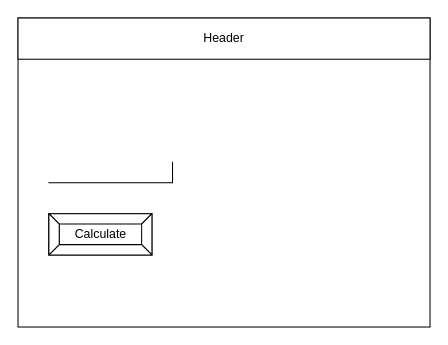
Chloe-Havel/ICS2O-Unit-3-03 keeps this draw.io diagram as design/story-board.drawio. Above is the earlier version. Source tidied: cells renumbered, new cells numbered last; positions are measured from the earlier drawing's top-left corner, leaving out a move shared by most shapes. Both pictures are drawn from the tidied source at 103%, with x=0, y=0 at pixel (18, 18).
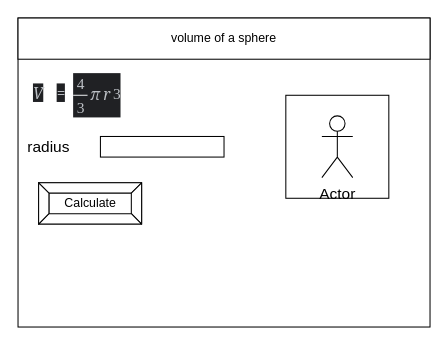
After the change.

The edit, as a diff of the source:
```diff
@@
 <mxGraphModel>
   <root>
     <mxCell id="0" />
     <mxCell id="1" parent="0" />
     <mxCell id="2" style="rounded=0;whiteSpace=wrap;html=1;" parent="1" vertex="1">
       <mxGeometry width="400" height="300" as="geometry" />
     </mxCell>
-    <mxCell id="3" value="Header" style="rounded=0;whiteSpace=wrap;html=1;" parent="1" vertex="1">
+    <mxCell id="3" value="volume of a sphere" style="rounded=0;whiteSpace=wrap;html=1;" parent="1" vertex="1">
       <mxGeometry width="400" height="40" as="geometry" />
     </mxCell>
-    <mxCell id="4" style="shape=partialRectangle;whiteSpace=wrap;html=1;top=0;left=0;fillColor=none;" parent="1" vertex="1">
-      <mxGeometry x="30" y="140" width="120" height="20" as="geometry" />
-    </mxCell>
     <mxCell id="5" value="Calculate" style="labelPosition=center;verticalLabelPosition=middle;align=center;html=1;shape=mxgraph.basic.button;dx=10;" parent="1" vertex="1">
-      <mxGeometry x="30" y="190" width="100" height="40" as="geometry" />
+      <mxGeometry x="20" y="160" width="100" height="40" as="geometry" />
     </mxCell>
+    <mxCell id="6" value="&lt;div class=&quot;lr-fy-eq-elem eiuJYe&quot; style=&quot;display: inline-block ; position: relative ; transition: all 0.05s ease-in-out 0s ; margin-left: 5px ; vertical-align: middle ; margin-top: 0px ; margin-bottom: 0px&quot;&gt;&lt;div class=&quot;lr-fy-eq-elem&quot; style=&quot;display: inline-block ; position: relative ; transition: all 0.05s ease-in-out 0s ; font-size: 15px&quot;&gt;&lt;div class=&quot;lr-fy-eq-elem&quot; style=&quot;display: inline-block ; position: relative ; transition: all 0.05s ease-in-out 0s ; text-align: center ; vertical-align: middle ; font-size: 15px&quot;&gt;&lt;div class=&quot;lr-fy-ecv lr-fy-eq-elem&quot; style=&quot;display: inline-block ; position: relative ; transition: all 0.05s ease-in-out 0s ; font-size: 15px&quot;&gt;&lt;div style=&quot;font-size: 15px&quot;&gt;&lt;div class=&quot;lr-fy-ecl lr-fy-eq-elem&quot; style=&quot;display: inline-block ; position: relative ; transition: all 0.05s ease-in-out 0s ; font-style: italic ; color: rgb(189 , 193 , 198) ; font-family: &amp;#34;stixgeneral&amp;#34; , &amp;#34;georgia&amp;#34; ; background-color: rgb(32 , 33 , 36) ; margin-right: 10px ; margin-top: 0px ; margin-bottom: 0px&quot;&gt;V&lt;/div&gt;&lt;div class=&quot;lr-fy-eq-elem lr-fy-eq-add&quot; style=&quot;display: inline-block ; position: relative ; transition: all 0.05s ease-in-out 0s ; color: rgb(189 , 193 , 198) ; font-family: &amp;#34;stixgeneral&amp;#34; , &amp;#34;georgia&amp;#34; ; background-color: rgb(32 , 33 , 36) ; margin-left: 0.2em ; margin-right: 0.2em&quot;&gt;=&lt;/div&gt;&lt;div class=&quot;lr-fy-eq-elem eiuJYe&quot; style=&quot;display: inline-block ; position: relative ; transition: all 0.05s ease-in-out 0s ; color: rgb(189 , 193 , 198) ; font-family: &amp;#34;stixgeneral&amp;#34; , &amp;#34;georgia&amp;#34; ; background-color: rgb(32 , 33 , 36) ; margin-left: 5px ; vertical-align: middle ; margin-top: 0px ; margin-bottom: 0px&quot;&gt;&lt;div class=&quot;lr-fy-eq-elem&quot; style=&quot;display: inline-block ; position: relative ; transition: all 0.05s ease-in-out 0s ; font-size: 15px&quot;&gt;&lt;div class=&quot;lr-fy-eq-elem&quot; style=&quot;display: inline-block ; position: relative ; transition: all 0.05s ease-in-out 0s ; text-align: center ; vertical-align: middle ; font-size: 15px&quot;&gt;&lt;div class=&quot;lr-fy-ecv lr-fy-eq-elem&quot; style=&quot;display: inline-block ; position: relative ; transition: all 0.05s ease-in-out 0s ; font-family: &amp;#34;stixgeneral&amp;#34; , &amp;#34;times&amp;#34; , &amp;#34;times new roman&amp;#34; , serif ; font-size: 15px&quot;&gt;4&lt;/div&gt;&lt;div class=&quot;lr-fy-eq-add&quot; style=&quot;width: 13.4943px ; height: 1px ; background-color: rgb(232 , 234 , 237) ; margin-top: 2px ; margin-bottom: 2px ; font-size: 15px&quot;&gt;&lt;/div&gt;&lt;div class=&quot;lr-fy-ecv lr-fy-eq-elem&quot; style=&quot;display: inline-block ; position: relative ; transition: all 0.05s ease-in-out 0s ; font-family: &amp;#34;stixgeneral&amp;#34; , &amp;#34;times&amp;#34; , &amp;#34;times new roman&amp;#34; , serif ; font-size: 15px&quot;&gt;3&lt;/div&gt;&lt;/div&gt;&lt;div class=&quot;lr-fy-eq-elem lr-fy-eq-add&quot; style=&quot;display: inline-block ; position: relative ; transition: all 0.05s ease-in-out 0s ; margin-left: 0.2em ; font-size: 15px&quot;&gt;&lt;/div&gt;&lt;div class=&quot;lr-fy-ecl lr-fy-eq-elem&quot; style=&quot;display: inline-block ; position: relative ; transition: all 0.05s ease-in-out 0s ; font-style: italic ; font-size: 15px&quot;&gt;π&lt;/div&gt;&lt;/div&gt;&lt;div class=&quot;lr-fy-eq-elem lr-fy-eq-add&quot; style=&quot;display: inline-block ; position: relative ; transition: all 0.05s ease-in-out 0s ; margin-left: 0.2em ; font-size: 15px&quot;&gt;&lt;/div&gt;&lt;div class=&quot;lr-fy-eq-elem&quot; style=&quot;display: inline-block ; position: relative ; transition: all 0.05s ease-in-out 0s ; font-size: 15px&quot;&gt;&lt;div class=&quot;lr-fy-el lr-fy-eq-elem&quot; style=&quot;display: inline-block ; position: relative ; transition: all 0.05s ease-in-out 0s ; margin: -4px ; padding: 4px ; font-style: italic ; cursor: pointer ; font-size: 15px&quot;&gt;r&lt;/div&gt;&lt;div class=&quot;lr-fy-ecv lr-fy-eq-elem&quot; style=&quot;display: inline-block ; position: relative ; transition: all 0.05s ease-in-out 0s ; font-family: &amp;#34;stixgeneral&amp;#34; , &amp;#34;times&amp;#34; , &amp;#34;times new roman&amp;#34; , serif ; margin-left: 0.15em ; vertical-align: top ; font-size: 15px&quot;&gt;3&lt;/div&gt;&lt;/div&gt;&lt;/div&gt;&lt;br&gt;&lt;/div&gt;&lt;/div&gt;&lt;br style=&quot;font-size: 15px&quot;&gt;&lt;/div&gt;&lt;/div&gt;&lt;/div&gt;" style="text;html=1;strokeColor=none;fillColor=none;align=center;verticalAlign=middle;whiteSpace=wrap;rounded=0;" parent="1" vertex="1">
+      <mxGeometry y="40" width="110" height="70" as="geometry" />
+    </mxCell>
+    <mxCell id="7" value="radius" style="text;html=1;strokeColor=none;fillColor=none;align=center;verticalAlign=middle;whiteSpace=wrap;rounded=0;fontSize=15;" parent="1" vertex="1">
+      <mxGeometry y="110" width="60" height="30" as="geometry" />
+    </mxCell>
+    <mxCell id="8" style="rounded=0;whiteSpace=wrap;html=1;fontSize=15;" parent="1" vertex="1">
+      <mxGeometry x="80" y="115" width="120" height="20" as="geometry" />
+    </mxCell>
+    <mxCell id="9" style="whiteSpace=wrap;html=1;fontSize=15;" parent="1" vertex="1">
+      <mxGeometry x="260" y="75" width="100" height="100" as="geometry" />
+    </mxCell>
+    <mxCell id="10" value="Actor" style="shape=umlActor;verticalLabelPosition=bottom;verticalAlign=top;html=1;fontSize=15;" parent="1" vertex="1">
+      <mxGeometry x="295" y="95" width="30" height="60" as="geometry" />
+    </mxCell>
   </root>
 </mxGraphModel>
```
